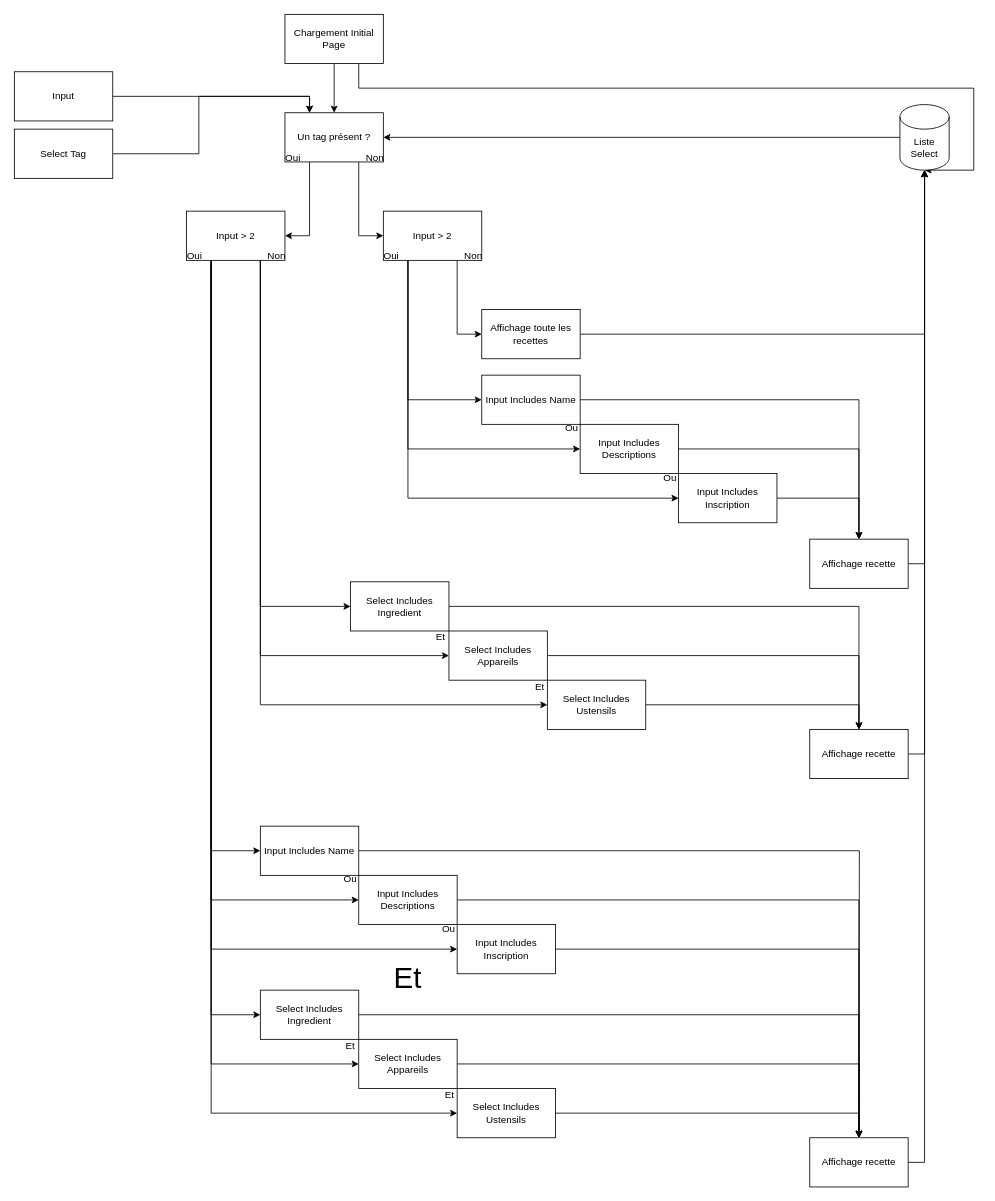
The draw.io diagram data/Diagramme sans nom.drawio in Kilian06/Projet-6-OPC, before the edit. Source tidied: cells renumbered, new cells numbered last; positions are measured from the earlier drawing's top-left corner, leaving out a move shared by most shapes. Both pictures are drawn from the tidied source at 82%, with x=0, y=0 at pixel (14, 14).
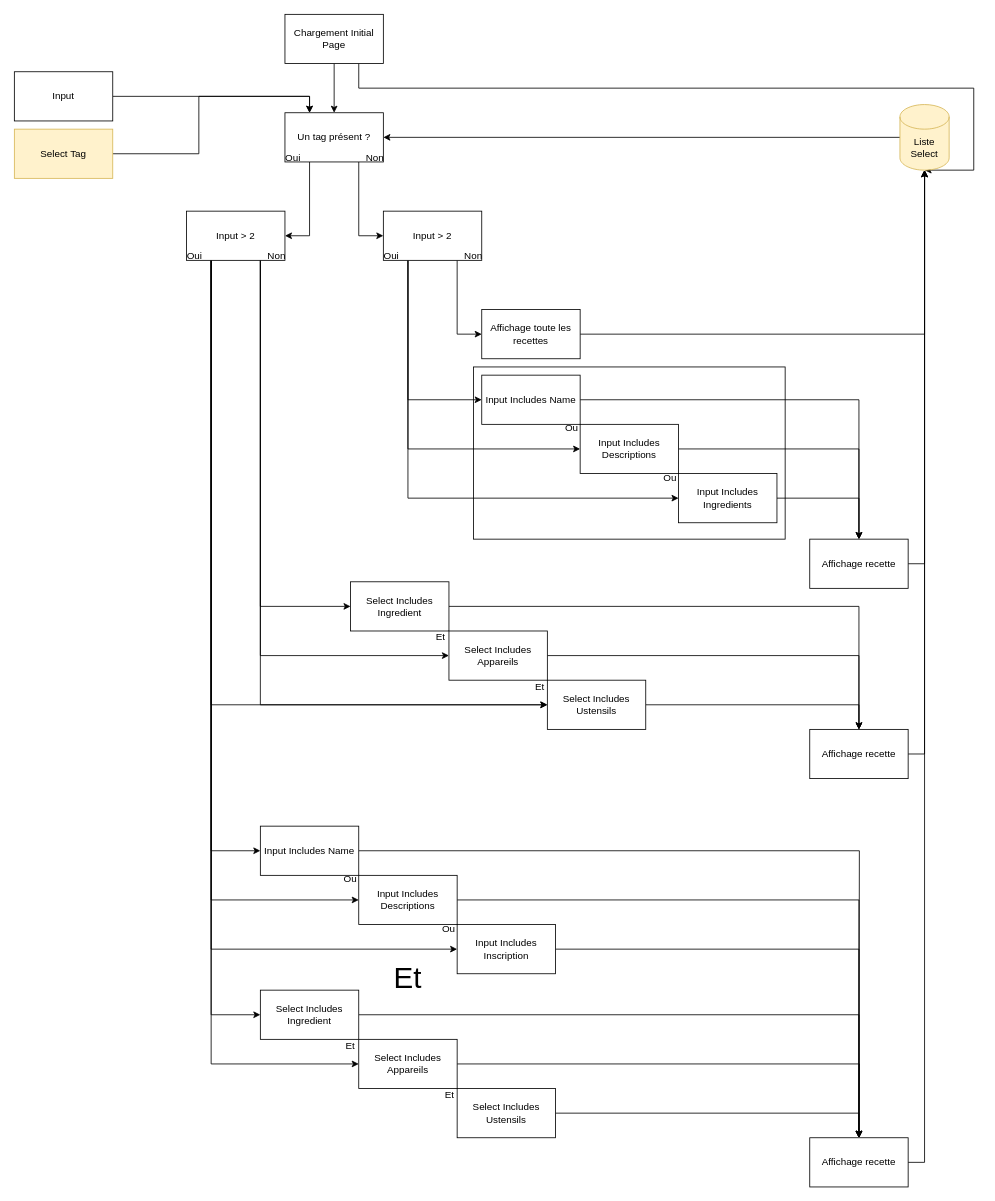
Above is the later version.

Commit message:
Mettre à jour Diagramme sans nom.drawio

Unchanged cells that the change refers to:
```xml
<mxCell id="22" value="Input &amp;gt; 2" style="rounded=0;whiteSpace=wrap;html=1;" parent="1" vertex="1">
  <mxGeometry x="210" y="240" width="120" height="60" as="geometry" />
</mxCell>
<mxCell id="48" value="Select Includes Ustensils" style="rounded=0;whiteSpace=wrap;html=1;" parent="1" vertex="1">
  <mxGeometry x="650" y="812" width="120" height="60" as="geometry" />
</mxCell>
<mxCell id="66" value="Select Includes Ustensils" style="rounded=0;whiteSpace=wrap;html=1;" parent="1" vertex="1">
  <mxGeometry x="540" y="1310" width="120" height="60" as="geometry" />
</mxCell>
```

The edit, as a diff of the source:
```diff
@@
-    <mxCell id="21" style="edgeStyle=orthogonalEdgeStyle;rounded=0;jettySize=auto;html=1;exitX=0.25;exitY=1;exitDx=0;exitDy=0;entryX=0;entryY=0.5;entryDx=0;entryDy=0;" parent="1" edge="1" source="22" target="66">
+    <mxCell id="21" style="edgeStyle=orthogonalEdgeStyle;rounded=0;jettySize=auto;html=1;exitX=0.25;exitY=1;exitDx=0;exitDy=0;entryX=0;entryY=0.5;entryDx=0;entryDy=0;" parent="1" edge="1" source="22" target="48">
       <mxGeometry relative="1" as="geometry" />
     </mxCell>
@@
-    <mxCell id="36" value="Input Includes Inscription" style="rounded=0;whiteSpace=wrap;html=1;" parent="1" vertex="1">
+    <mxCell id="36" value="Input Includes Ingredients" style="rounded=0;whiteSpace=wrap;html=1;" parent="1" vertex="1">
       <mxGeometry x="810" y="560" width="120" height="60" as="geometry" />
     </mxCell>
@@
-    <mxCell id="42" value="Liste Select" style="shape=cylinder3;whiteSpace=wrap;html=1;boundedLbl=1;backgroundOutline=1;size=15;" parent="1" vertex="1">
+    <mxCell id="42" value="Liste Select" style="shape=cylinder3;whiteSpace=wrap;html=1;boundedLbl=1;backgroundOutline=1;size=15;fillColor=#fff2cc;strokeColor=#d6b656;" parent="1" vertex="1">
       <mxGeometry x="1080" y="110" width="60" height="80" as="geometry" />
     </mxCell>
@@
-    <mxCell id="75" value="Select Tag" style="rounded=0;whiteSpace=wrap;html=1;" parent="1" vertex="1">
+    <mxCell id="75" value="Select Tag" style="rounded=0;whiteSpace=wrap;html=1;fillColor=#fff2cc;strokeColor=#d6b656;" parent="1" vertex="1">
       <mxGeometry y="140" width="120" height="60" as="geometry" />
     </mxCell>
+    <mxCell id="76" style="rounded=0;whiteSpace=wrap;html=1;fillColor=none;" parent="1" vertex="1">
+      <mxGeometry x="560" y="430" width="380" height="210" as="geometry" />
+    </mxCell>
```
